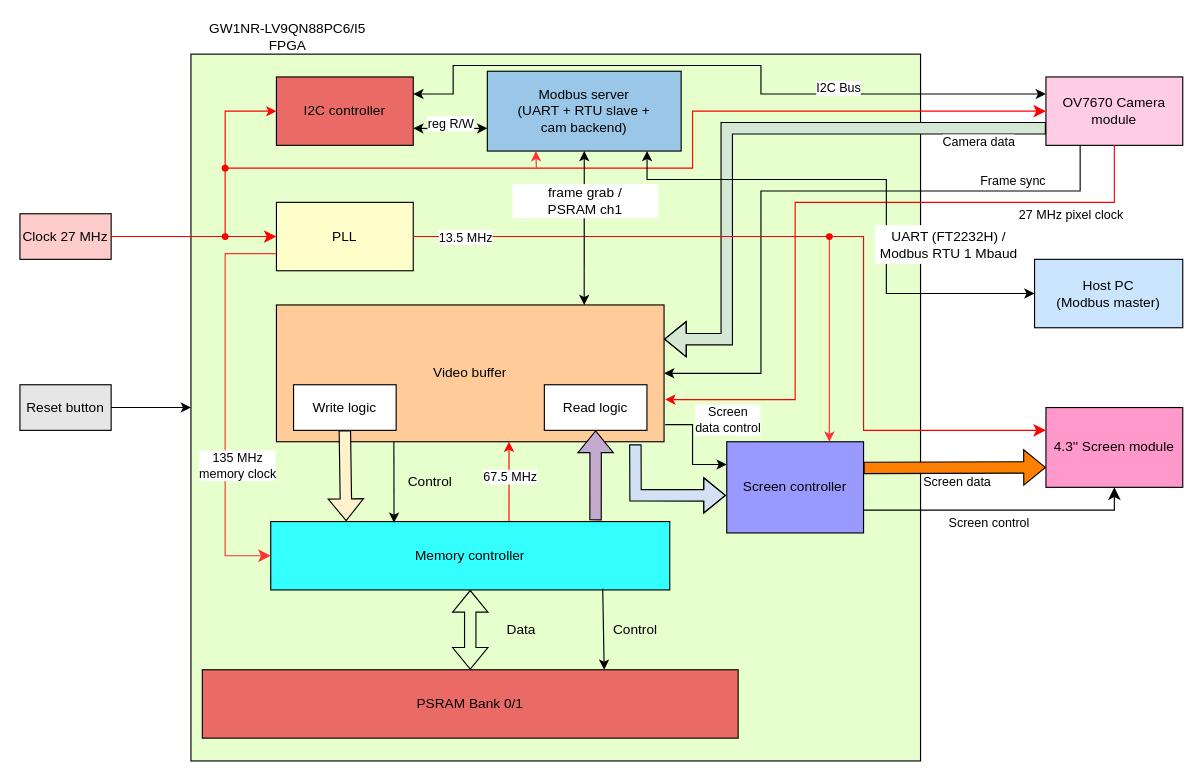
The draw.io diagram doc/system_structure.drawio in phoenix367/tang_nano_9K_ov7670, before the edit. Source tidied: cells renumbered, new cells numbered last; positions are measured from the earlier drawing's top-left corner, leaving out a move shared by most shapes. Both pictures are drawn from the tidied source at 114%, with x=0, y=0 at pixel (19, 19).
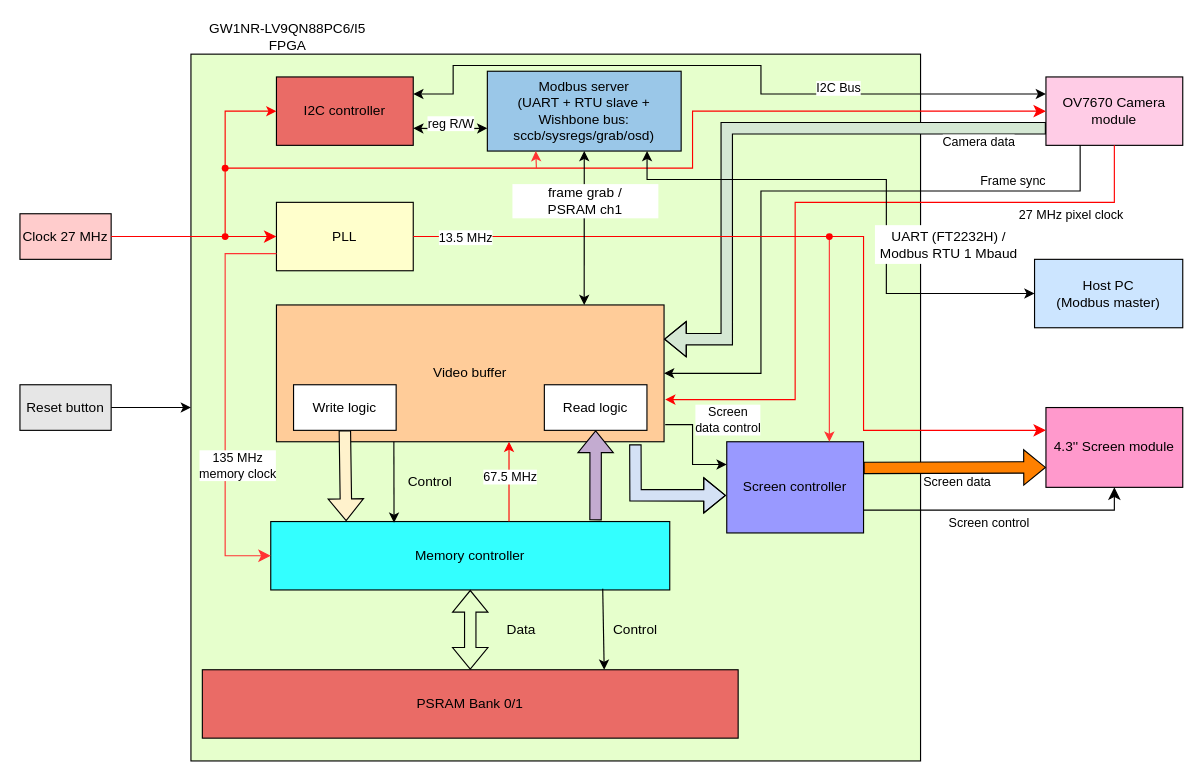
The same page after the edit.

Commit message (it also covers changes not shown here):
README: update high-level system diagram for the Wishbone bus

Reflect the 27 MHz control-plane refactor in the top-level system view:
- regenerate doc/images/system_structure.drawio.png (and its drawio source) so
  the "Modbus server" block reads "UART + RTU slave + Wishbone bus:
  sccb/sysregs/grab/osd";
- add a mermaid diagram zooming into the Wishbone control plane and a short
  prose paragraph linking to doc/modbus_server.md.

The edit, as a diff of the source:
```diff
@@
-    <mxCell id="54" value="Modbus server&lt;br&gt;(UART + RTU slave +&lt;br&gt;cam backend)" style="rounded=0;whiteSpace=wrap;html=1;fillColor=#9AC7E8;" parent="1" vertex="1">
+    <mxCell id="54" value="Modbus server&lt;br&gt;(UART + RTU slave +&lt;br&gt;Wishbone bus: sccb/sysregs/grab/osd)" style="rounded=0;whiteSpace=wrap;html=1;fillColor=#9AC7E8;" parent="1" vertex="1">
       <mxGeometry x="410" y="45" width="170" height="70" as="geometry" />
     </mxCell>
```
